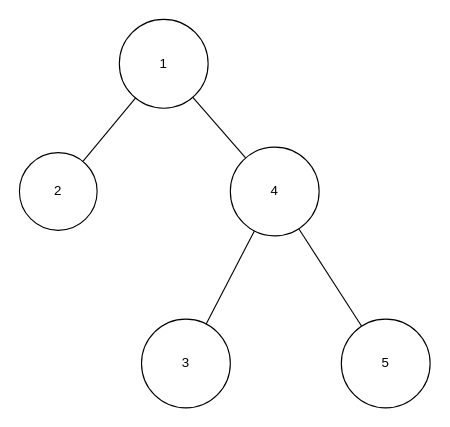
Before: 树.drawio in ChengziMao/picture, a draw.io diagram. Source tidied: cells renumbered, new cells numbered last; positions are measured from the earlier drawing's top-left corner, leaving out a move shared by most shapes. Both pictures are drawn from the tidied source at 111%, with x=0, y=0 at pixel (19, 19).
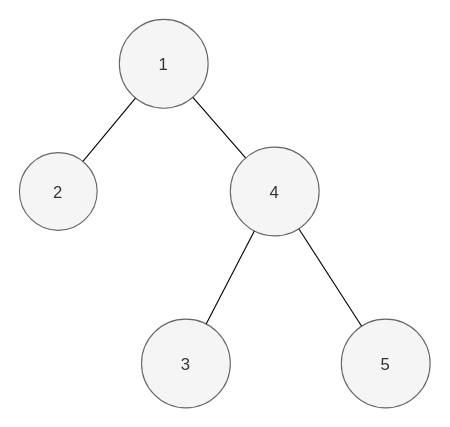
After the change.

The edit, as a diff of the source:
```diff
@@
 <mxGraphModel>
   <root>
     <mxCell id="0" />
     <mxCell id="1" parent="0" />
-    <mxCell id="2" value="1" style="ellipse;whiteSpace=wrap;html=1;" parent="1" vertex="1">
+    <mxCell id="2" value="1" style="ellipse;whiteSpace=wrap;html=1;fillColor=#f5f5f5;fontColor=#333333;strokeColor=#666666;fontSize=15;" parent="1" vertex="1">
       <mxGeometry x="90" width="80" height="80" as="geometry" />
     </mxCell>
-    <mxCell id="3" value="2" style="ellipse;whiteSpace=wrap;html=1;" parent="1" vertex="1">
+    <mxCell id="3" value="2" style="ellipse;whiteSpace=wrap;html=1;fillColor=#f5f5f5;fontColor=#333333;strokeColor=#666666;fontSize=15;" parent="1" vertex="1">
       <mxGeometry y="120" width="70" height="70" as="geometry" />
     </mxCell>
-    <mxCell id="4" value="4" style="ellipse;whiteSpace=wrap;html=1;" parent="1" vertex="1">
+    <mxCell id="4" value="4" style="ellipse;whiteSpace=wrap;html=1;fillColor=#f5f5f5;fontColor=#333333;strokeColor=#666666;fontSize=15;" parent="1" vertex="1">
       <mxGeometry x="190" y="115" width="80" height="80" as="geometry" />
     </mxCell>
-    <mxCell id="5" value="3" style="ellipse;whiteSpace=wrap;html=1;" parent="1" vertex="1">
+    <mxCell id="5" value="3" style="ellipse;whiteSpace=wrap;html=1;fillColor=#f5f5f5;fontColor=#333333;strokeColor=#666666;fontSize=15;" parent="1" vertex="1">
       <mxGeometry x="110" y="270" width="80" height="80" as="geometry" />
     </mxCell>
-    <mxCell id="6" value="5" style="ellipse;whiteSpace=wrap;html=1;" parent="1" vertex="1">
+    <mxCell id="6" value="5" style="ellipse;whiteSpace=wrap;html=1;fillColor=#f5f5f5;fontColor=#333333;strokeColor=#666666;fontSize=15;" parent="1" vertex="1">
       <mxGeometry x="290" y="270" width="80" height="80" as="geometry" />
     </mxCell>
-    <mxCell id="7" style="endArrow=none;html=1;rounded=0;" parent="1" edge="1" source="3" target="2">
+    <mxCell id="7" style="endArrow=none;html=1;rounded=0;fontSize=15;" parent="1" edge="1" source="3" target="2">
       <mxGeometry relative="1" as="geometry" />
     </mxCell>
-    <mxCell id="8" style="endArrow=none;html=1;rounded=0;" parent="1" edge="1" source="4" target="2">
+    <mxCell id="8" style="endArrow=none;html=1;rounded=0;fontSize=15;" parent="1" edge="1" source="4" target="2">
       <mxGeometry relative="1" as="geometry" />
     </mxCell>
-    <mxCell id="9" style="endArrow=none;html=1;rounded=0;" parent="1" edge="1" source="5" target="4">
+    <mxCell id="9" style="endArrow=none;html=1;rounded=0;fontSize=15;" parent="1" edge="1" source="5" target="4">
       <mxGeometry relative="1" as="geometry" />
     </mxCell>
-    <mxCell id="10" style="endArrow=none;html=1;rounded=0;" parent="1" edge="1" source="6" target="4">
+    <mxCell id="10" style="endArrow=none;html=1;rounded=0;fontSize=15;" parent="1" edge="1" source="6" target="4">
       <mxGeometry relative="1" as="geometry" />
     </mxCell>
   </root>
 </mxGraphModel>
```
